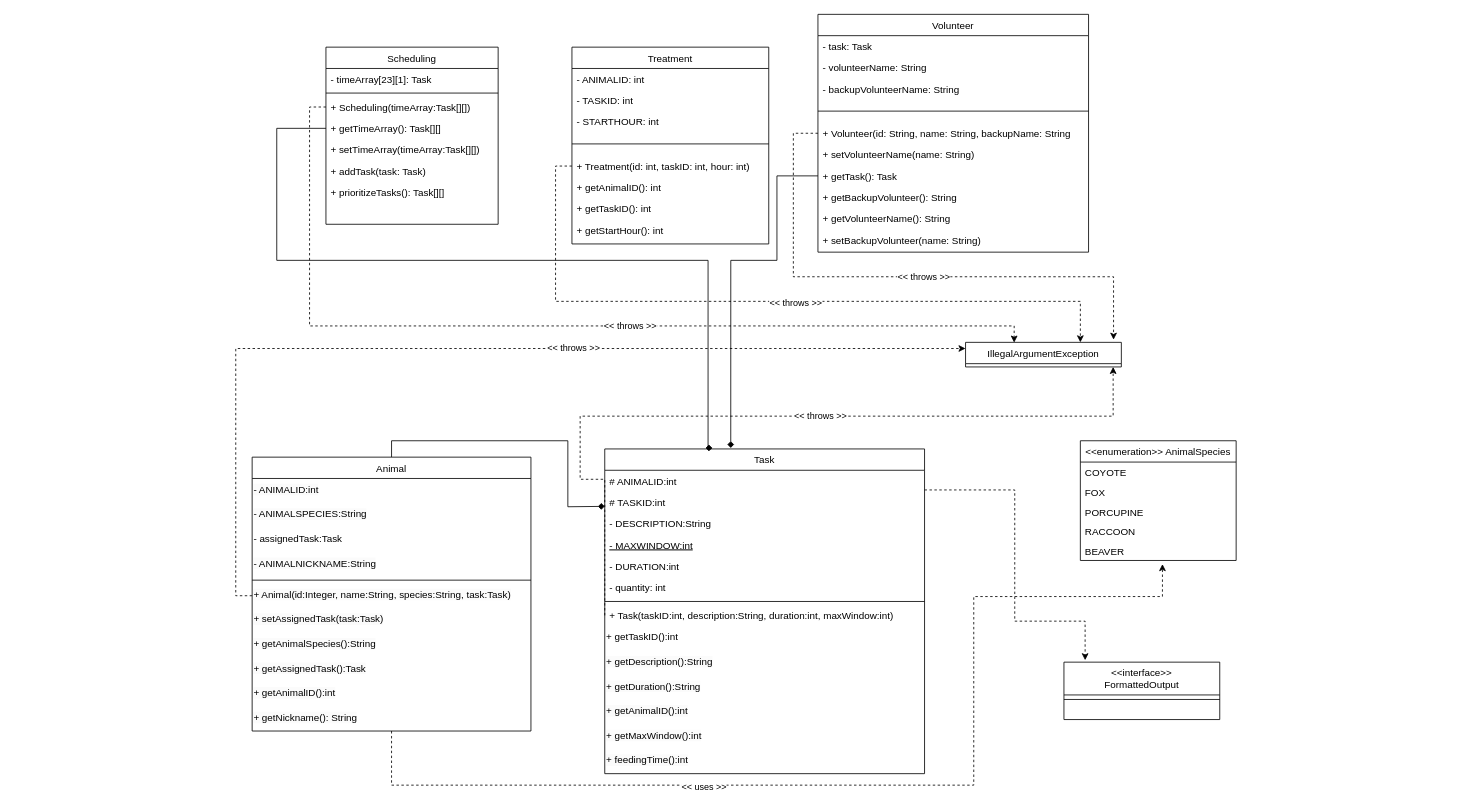
Above: Project-UML.drawio in arminsandhu/ZooKeeper-Scheduler (draw.io), before the change. Source tidied: cells renumbered, new cells numbered last; positions are measured from the earlier drawing's top-left corner, leaving out a move shared by most shapes. Both pictures are drawn from the tidied source at 82%, with x=0, y=0 at pixel (252, 14).
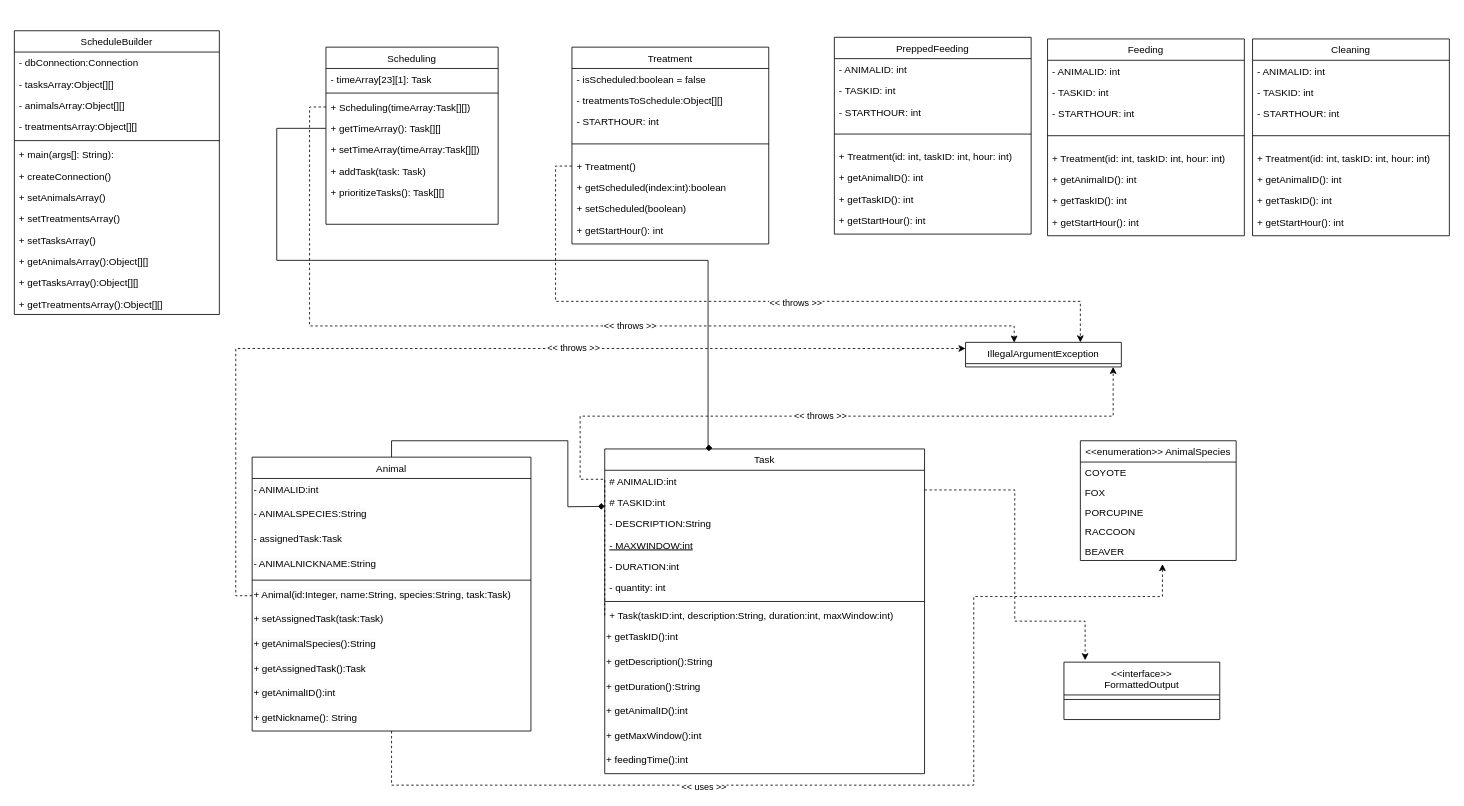
Above is the later version.

Commit message:
changing up uml for arraylist

The change refers to these unchanged cells:
```xml
<mxCell id="21" value="Treatment" style="swimlane;fontStyle=0;align=center;verticalAlign=top;horizontal=1;startSize=26;rounded=0;shadow=0;strokeWidth=1;" parent="1" vertex="1">
  <mxGeometry x="390" y="40" width="240" height="240" as="geometry" />
</mxCell>
<mxCell id="30" value="IllegalArgumentException" style="swimlane;fontStyle=0;align=center;verticalAlign=top;horizontal=1;startSize=26;rounded=0;shadow=0;strokeWidth=1;" parent="1" vertex="1">
  <mxGeometry x="870" y="400" width="190" height="30" as="geometry" />
</mxCell>
<mxCell id="37" value="Task" style="swimlane;fontStyle=0;align=center;verticalAlign=top;horizontal=1;startSize=26;rounded=0;shadow=0;strokeWidth=1;" parent="1" vertex="1">
  <mxGeometry x="430" y="530" width="390" height="396" as="geometry" />
</mxCell>
```

What changed in the source:
```diff
@@
-    <mxCell id="10" value="Volunteer" style="swimlane;fontStyle=0;align=center;verticalAlign=top;horizontal=1;startSize=26;rounded=0;shadow=0;strokeWidth=1;" parent="1" vertex="1">
-      <mxGeometry x="690" width="330" height="290" as="geometry" />
-    </mxCell>
-    <mxCell id="11" value="- task: Task" style="text;align=left;verticalAlign=top;spacingLeft=4;spacingRight=4;overflow=hidden;" parent="10" vertex="1">
-      <mxGeometry y="26" width="330" height="26" as="geometry" />
-    </mxCell>
-    <mxCell id="12" value="- volunteerName: String" style="text;align=left;verticalAlign=top;spacingLeft=4;spacingRight=4;overflow=hidden;" parent="10" vertex="1">
-      <mxGeometry y="52" width="330" height="26" as="geometry" />
-    </mxCell>
-    <mxCell id="13" value="- backupVolunteerName: String" style="text;align=left;verticalAlign=top;spacingLeft=4;spacingRight=4;overflow=hidden;" parent="10" vertex="1">
-      <mxGeometry y="78" width="330" height="26" as="geometry" />
-    </mxCell>
-    <mxCell id="14" style="line;html=1;strokeWidth=1;align=left;verticalAlign=middle;spacingTop=-1;spacingLeft=3;spacingRight=3;labelPosition=right;" parent="10" vertex="1">
-      <mxGeometry y="104" width="330" height="28" as="geometry" />
-    </mxCell>
-    <mxCell id="15" value="+ Volunteer(id: String, name: String, backupName: String" style="text;align=left;verticalAlign=top;spacingLeft=4;spacingRight=4;overflow=hidden;points=[[0,0.5],[1,0.5]];portConstraint=eastwest;" parent="10" vertex="1">
-      <mxGeometry y="132" width="330" height="26" as="geometry" />
-    </mxCell>
-    <mxCell id="16" value="+ setVolunteerName(name: String)" style="text;align=left;verticalAlign=top;spacingLeft=4;spacingRight=4;overflow=hidden;" parent="10" vertex="1">
-      <mxGeometry y="158" width="330" height="26" as="geometry" />
-    </mxCell>
-    <mxCell id="17" value="+ getTask(): Task" style="text;align=left;verticalAlign=top;spacingLeft=4;spacingRight=4;overflow=hidden;points=[[0,0.5],[1,0.5]];portConstraint=eastwest;" parent="10" vertex="1">
-      <mxGeometry y="184" width="330" height="26" as="geometry" />
-    </mxCell>
-    <mxCell id="18" value="+ getBackupVolunteer(): String" style="text;align=left;verticalAlign=top;spacingLeft=4;spacingRight=4;overflow=hidden;" parent="10" vertex="1">
-      <mxGeometry y="210" width="330" height="26" as="geometry" />
-    </mxCell>
-    <mxCell id="19" value="+ getVolunteerName(): String" style="text;align=left;verticalAlign=top;spacingLeft=4;spacingRight=4;overflow=hidden;" parent="10" vertex="1">
-      <mxGeometry y="236" width="330" height="26" as="geometry" />
-    </mxCell>
-    <mxCell id="20" value="+ setBackupVolunteer(name: String)" style="text;align=left;verticalAlign=top;spacingLeft=4;spacingRight=4;overflow=hidden;" parent="10" vertex="1">
-      <mxGeometry y="262" width="330" height="26" as="geometry" />
-    </mxCell>
@@
-    <mxCell id="22" value="- ANIMALID: int" style="text;align=left;verticalAlign=top;spacingLeft=4;spacingRight=4;overflow=hidden;" parent="21" vertex="1">
+    <mxCell id="22" value="- isScheduled:boolean = false" style="text;align=left;verticalAlign=top;spacingLeft=4;spacingRight=4;overflow=hidden;" parent="21" vertex="1">
       <mxGeometry y="26" width="240" height="26" as="geometry" />
     </mxCell>
-    <mxCell id="23" value="- TASKID: int" style="text;align=left;verticalAlign=top;spacingLeft=4;spacingRight=4;overflow=hidden;" parent="21" vertex="1">
+    <mxCell id="23" value="- treatmentsToSchedule:Object[][]" style="text;align=left;verticalAlign=top;spacingLeft=4;spacingRight=4;overflow=hidden;" parent="21" vertex="1">
       <mxGeometry y="52" width="240" height="26" as="geometry" />
     </mxCell>
@@
-    <mxCell id="26" value="+ Treatment(id: int, taskID: int, hour: int)" style="text;align=left;verticalAlign=top;spacingLeft=4;spacingRight=4;overflow=hidden;points=[[0,0.5],[1,0.5]];portConstraint=eastwest;" parent="21" vertex="1">
+    <mxCell id="26" value="+ Treatment()" style="text;align=left;verticalAlign=top;spacingLeft=4;spacingRight=4;overflow=hidden;points=[[0,0.5],[1,0.5]];portConstraint=eastwest;" parent="21" vertex="1">
       <mxGeometry y="132" width="240" height="26" as="geometry" />
     </mxCell>
-    <mxCell id="27" value="+ getAnimalID(): int" style="text;align=left;verticalAlign=top;spacingLeft=4;spacingRight=4;overflow=hidden;" parent="21" vertex="1">
+    <mxCell id="27" value="+ getScheduled(index:int):boolean" style="text;align=left;verticalAlign=top;spacingLeft=4;spacingRight=4;overflow=hidden;" parent="21" vertex="1">
       <mxGeometry y="158" width="240" height="26" as="geometry" />
     </mxCell>
-    <mxCell id="28" value="+ getTaskID(): int" style="text;align=left;verticalAlign=top;spacingLeft=4;spacingRight=4;overflow=hidden;" parent="21" vertex="1">
+    <mxCell id="28" value="+ setScheduled(boolean)" style="text;align=left;verticalAlign=top;spacingLeft=4;spacingRight=4;overflow=hidden;" parent="21" vertex="1">
       <mxGeometry y="184" width="240" height="26" as="geometry" />
     </mxCell>
@@
-    <mxCell id="66" style="edgeStyle=orthogonalEdgeStyle;rounded=0;jettySize=auto;html=1;exitX=0;exitY=0.5;exitDx=0;exitDy=0;entryX=0.95;entryY=-0.108;entryDx=0;entryDy=0;entryPerimeter=0;dashed=1;" parent="1" edge="1" source="15" target="30">
-      <mxGeometry relative="1" as="geometry">
-        <Array as="points">
-          <mxPoint x="660" y="145" />
-          <mxPoint x="660" y="320" />
-          <mxPoint x="1051" y="320" />
-        </Array>
-      </mxGeometry>
-    </mxCell>
-    <mxCell id="67" value="&amp;lt;&amp;lt; throws &amp;gt;&amp;gt;" style="edgeLabel;html=1;align=center;verticalAlign=middle;" parent="66" vertex="1">
-      <mxGeometry x="0.08" y="1" relative="1" as="geometry" />
-    </mxCell>
@@
-    <mxCell id="78" style="edgeStyle=orthogonalEdgeStyle;rounded=0;jettySize=auto;html=1;exitX=0;exitY=0.5;exitDx=0;exitDy=0;entryX=0.394;entryY=-0.003;entryDx=0;entryDy=0;entryPerimeter=0;endArrow=diamond;endFill=1;" parent="1" edge="1" source="17" target="37">
-      <mxGeometry relative="1" as="geometry">
-        <Array as="points">
-          <mxPoint x="640" y="197" />
-          <mxPoint x="640" y="300" />
-          <mxPoint x="584" y="300" />
-        </Array>
-      </mxGeometry>
-    </mxCell>
@@
+    <mxCell id="82" value="ScheduleBuilder" style="swimlane;fontStyle=0;align=center;verticalAlign=top;horizontal=1;startSize=26;rounded=0;shadow=0;strokeWidth=1;" parent="1" vertex="1">
+      <mxGeometry x="-290" y="20" width="250" height="346" as="geometry" />
+    </mxCell>
+    <mxCell id="83" value="- dbConnection:Connection" style="text;align=left;verticalAlign=top;spacingLeft=4;spacingRight=4;overflow=hidden;" parent="82" vertex="1">
+      <mxGeometry y="26" width="250" height="26" as="geometry" />
+    </mxCell>
+    <mxCell id="84" value="- tasksArray:Object[][]" style="text;align=left;verticalAlign=top;spacingLeft=4;spacingRight=4;overflow=hidden;" parent="82" vertex="1">
+      <mxGeometry y="52" width="250" height="26" as="geometry" />
+    </mxCell>
+    <mxCell id="85" value="- animalsArray:Object[][]" style="text;align=left;verticalAlign=top;spacingLeft=4;spacingRight=4;overflow=hidden;" parent="82" vertex="1">
+      <mxGeometry y="78" width="250" height="26" as="geometry" />
+    </mxCell>
+    <mxCell id="86" value="- treatmentsArray:Object[][]" style="text;align=left;verticalAlign=top;spacingLeft=4;spacingRight=4;overflow=hidden;" parent="82" vertex="1">
+      <mxGeometry y="104" width="250" height="26" as="geometry" />
+    </mxCell>
+    <mxCell id="87" style="line;html=1;strokeWidth=1;align=left;verticalAlign=middle;spacingTop=-1;spacingLeft=3;spacingRight=3;labelPosition=right;" parent="82" vertex="1">
+      <mxGeometry y="130" width="250" height="8" as="geometry" />
+    </mxCell>
+    <mxCell id="88" value="+ main(args[]: String):" style="text;align=left;verticalAlign=top;spacingLeft=4;spacingRight=4;overflow=hidden;" parent="82" vertex="1">
+      <mxGeometry y="138" width="250" height="26" as="geometry" />
+    </mxCell>
+    <mxCell id="89" value="+ createConnection()" style="text;align=left;verticalAlign=top;spacingLeft=4;spacingRight=4;overflow=hidden;" parent="82" vertex="1">
+      <mxGeometry y="164" width="250" height="26" as="geometry" />
+    </mxCell>
+    <mxCell id="90" value="+ setAnimalsArray()" style="text;align=left;verticalAlign=top;spacingLeft=4;spacingRight=4;overflow=hidden;" parent="82" vertex="1">
+      <mxGeometry y="190" width="250" height="26" as="geometry" />
+    </mxCell>
+    <mxCell id="91" value="+ setTreatmentsArray()" style="text;align=left;verticalAlign=top;spacingLeft=4;spacingRight=4;overflow=hidden;" parent="82" vertex="1">
+      <mxGeometry y="216" width="250" height="26" as="geometry" />
+    </mxCell>
+    <mxCell id="92" value="+ setTasksArray()" style="text;align=left;verticalAlign=top;spacingLeft=4;spacingRight=4;overflow=hidden;" parent="82" vertex="1">
+      <mxGeometry y="242" width="250" height="26" as="geometry" />
+    </mxCell>
+    <mxCell id="93" value="+ getAnimalsArray():Object[][]" style="text;align=left;verticalAlign=top;spacingLeft=4;spacingRight=4;overflow=hidden;" parent="82" vertex="1">
+      <mxGeometry y="268" width="250" height="26" as="geometry" />
+    </mxCell>
+    <mxCell id="94" value="+ getTasksArray():Object[][]" style="text;align=left;verticalAlign=top;spacingLeft=4;spacingRight=4;overflow=hidden;" parent="82" vertex="1">
+      <mxGeometry y="294" width="250" height="26" as="geometry" />
+    </mxCell>
+    <mxCell id="95" value="+ getTreatmentsArray():Object[][]" style="text;align=left;verticalAlign=top;spacingLeft=4;spacingRight=4;overflow=hidden;" parent="82" vertex="1">
+      <mxGeometry y="320" width="250" height="26" as="geometry" />
+    </mxCell>
+    <mxCell id="96" value="PreppedFeeding" style="swimlane;fontStyle=0;align=center;verticalAlign=top;horizontal=1;startSize=26;rounded=0;shadow=0;strokeWidth=1;" parent="1" vertex="1">
+      <mxGeometry x="710" y="28" width="240" height="240" as="geometry" />
+    </mxCell>
+    <mxCell id="97" value="- ANIMALID: int" style="text;align=left;verticalAlign=top;spacingLeft=4;spacingRight=4;overflow=hidden;" parent="96" vertex="1">
+      <mxGeometry y="26" width="240" height="26" as="geometry" />
+    </mxCell>
+    <mxCell id="98" value="- TASKID: int" style="text;align=left;verticalAlign=top;spacingLeft=4;spacingRight=4;overflow=hidden;" parent="96" vertex="1">
+      <mxGeometry y="52" width="240" height="26" as="geometry" />
+    </mxCell>
+    <mxCell id="99" value="- STARTHOUR: int" style="text;align=left;verticalAlign=top;spacingLeft=4;spacingRight=4;overflow=hidden;" parent="96" vertex="1">
+      <mxGeometry y="78" width="240" height="26" as="geometry" />
+    </mxCell>
+    <mxCell id="100" style="line;html=1;strokeWidth=1;align=left;verticalAlign=middle;spacingTop=-1;spacingLeft=3;spacingRight=3;labelPosition=right;" parent="96" vertex="1">
+      <mxGeometry y="104" width="240" height="28" as="geometry" />
+    </mxCell>
+    <mxCell id="101" value="+ Treatment(id: int, taskID: int, hour: int)" style="text;align=left;verticalAlign=top;spacingLeft=4;spacingRight=4;overflow=hidden;" parent="96" vertex="1">
+      <mxGeometry y="132" width="240" height="26" as="geometry" />
+    </mxCell>
+    <mxCell id="102" value="+ getAnimalID(): int" style="text;align=left;verticalAlign=top;spacingLeft=4;spacingRight=4;overflow=hidden;" parent="96" vertex="1">
+      <mxGeometry y="158" width="240" height="26" as="geometry" />
+    </mxCell>
+    <mxCell id="103" value="+ getTaskID(): int" style="text;align=left;verticalAlign=top;spacingLeft=4;spacingRight=4;overflow=hidden;" parent="96" vertex="1">
+      <mxGeometry y="184" width="240" height="26" as="geometry" />
+    </mxCell>
+    <mxCell id="104" value="+ getStartHour(): int" style="text;align=left;verticalAlign=top;spacingLeft=4;spacingRight=4;overflow=hidden;" parent="96" vertex="1">
+      <mxGeometry y="210" width="240" height="26" as="geometry" />
+    </mxCell>
+    <mxCell id="105" value="Feeding" style="swimlane;fontStyle=0;align=center;verticalAlign=top;horizontal=1;startSize=26;rounded=0;shadow=0;strokeWidth=1;" parent="1" vertex="1">
+      <mxGeometry x="970" y="30" width="240" height="240" as="geometry" />
+    </mxCell>
+    <mxCell id="106" value="- ANIMALID: int" style="text;align=left;verticalAlign=top;spacingLeft=4;spacingRight=4;overflow=hidden;" parent="105" vertex="1">
+      <mxGeometry y="26" width="240" height="26" as="geometry" />
+    </mxCell>
+    <mxCell id="107" value="- TASKID: int" style="text;align=left;verticalAlign=top;spacingLeft=4;spacingRight=4;overflow=hidden;" parent="105" vertex="1">
+      <mxGeometry y="52" width="240" height="26" as="geometry" />
+    </mxCell>
+    <mxCell id="108" value="- STARTHOUR: int" style="text;align=left;verticalAlign=top;spacingLeft=4;spacingRight=4;overflow=hidden;" parent="105" vertex="1">
+      <mxGeometry y="78" width="240" height="26" as="geometry" />
+    </mxCell>
+    <mxCell id="109" style="line;html=1;strokeWidth=1;align=left;verticalAlign=middle;spacingTop=-1;spacingLeft=3;spacingRight=3;labelPosition=right;" parent="105" vertex="1">
+      <mxGeometry y="104" width="240" height="28" as="geometry" />
+    </mxCell>
+    <mxCell id="110" value="+ Treatment(id: int, taskID: int, hour: int)" style="text;align=left;verticalAlign=top;spacingLeft=4;spacingRight=4;overflow=hidden;" parent="105" vertex="1">
+      <mxGeometry y="132" width="240" height="26" as="geometry" />
+    </mxCell>
+    <mxCell id="111" value="+ getAnimalID(): int" style="text;align=left;verticalAlign=top;spacingLeft=4;spacingRight=4;overflow=hidden;" parent="105" vertex="1">
+      <mxGeometry y="158" width="240" height="26" as="geometry" />
+    </mxCell>
+    <mxCell id="112" value="+ getTaskID(): int" style="text;align=left;verticalAlign=top;spacingLeft=4;spacingRight=4;overflow=hidden;" parent="105" vertex="1">
+      <mxGeometry y="184" width="240" height="26" as="geometry" />
+    </mxCell>
+    <mxCell id="113" value="+ getStartHour(): int" style="text;align=left;verticalAlign=top;spacingLeft=4;spacingRight=4;overflow=hidden;" parent="105" vertex="1">
+      <mxGeometry y="210" width="240" height="26" as="geometry" />
+    </mxCell>
+    <mxCell id="114" value="Cleaning" style="swimlane;fontStyle=0;align=center;verticalAlign=top;horizontal=1;startSize=26;rounded=0;shadow=0;strokeWidth=1;" parent="1" vertex="1">
+      <mxGeometry x="1220" y="30" width="240" height="240" as="geometry" />
+    </mxCell>
+    <mxCell id="115" value="- ANIMALID: int" style="text;align=left;verticalAlign=top;spacingLeft=4;spacingRight=4;overflow=hidden;" parent="114" vertex="1">
+      <mxGeometry y="26" width="240" height="26" as="geometry" />
+    </mxCell>
+    <mxCell id="116" value="- TASKID: int" style="text;align=left;verticalAlign=top;spacingLeft=4;spacingRight=4;overflow=hidden;" parent="114" vertex="1">
+      <mxGeometry y="52" width="240" height="26" as="geometry" />
+    </mxCell>
+    <mxCell id="117" value="- STARTHOUR: int" style="text;align=left;verticalAlign=top;spacingLeft=4;spacingRight=4;overflow=hidden;" parent="114" vertex="1">
+      <mxGeometry y="78" width="240" height="26" as="geometry" />
+    </mxCell>
+    <mxCell id="118" style="line;html=1;strokeWidth=1;align=left;verticalAlign=middle;spacingTop=-1;spacingLeft=3;spacingRight=3;labelPosition=right;" parent="114" vertex="1">
+      <mxGeometry y="104" width="240" height="28" as="geometry" />
+    </mxCell>
+    <mxCell id="119" value="+ Treatment(id: int, taskID: int, hour: int)" style="text;align=left;verticalAlign=top;spacingLeft=4;spacingRight=4;overflow=hidden;" parent="114" vertex="1">
+      <mxGeometry y="132" width="240" height="26" as="geometry" />
+    </mxCell>
+    <mxCell id="120" value="+ getAnimalID(): int" style="text;align=left;verticalAlign=top;spacingLeft=4;spacingRight=4;overflow=hidden;" parent="114" vertex="1">
+      <mxGeometry y="158" width="240" height="26" as="geometry" />
+    </mxCell>
+    <mxCell id="121" value="+ getTaskID(): int" style="text;align=left;verticalAlign=top;spacingLeft=4;spacingRight=4;overflow=hidden;" parent="114" vertex="1">
+      <mxGeometry y="184" width="240" height="26" as="geometry" />
+    </mxCell>
+    <mxCell id="122" value="+ getStartHour(): int" style="text;align=left;verticalAlign=top;spacingLeft=4;spacingRight=4;overflow=hidden;" parent="114" vertex="1">
+      <mxGeometry y="210" width="240" height="26" as="geometry" />
+    </mxCell>
```
